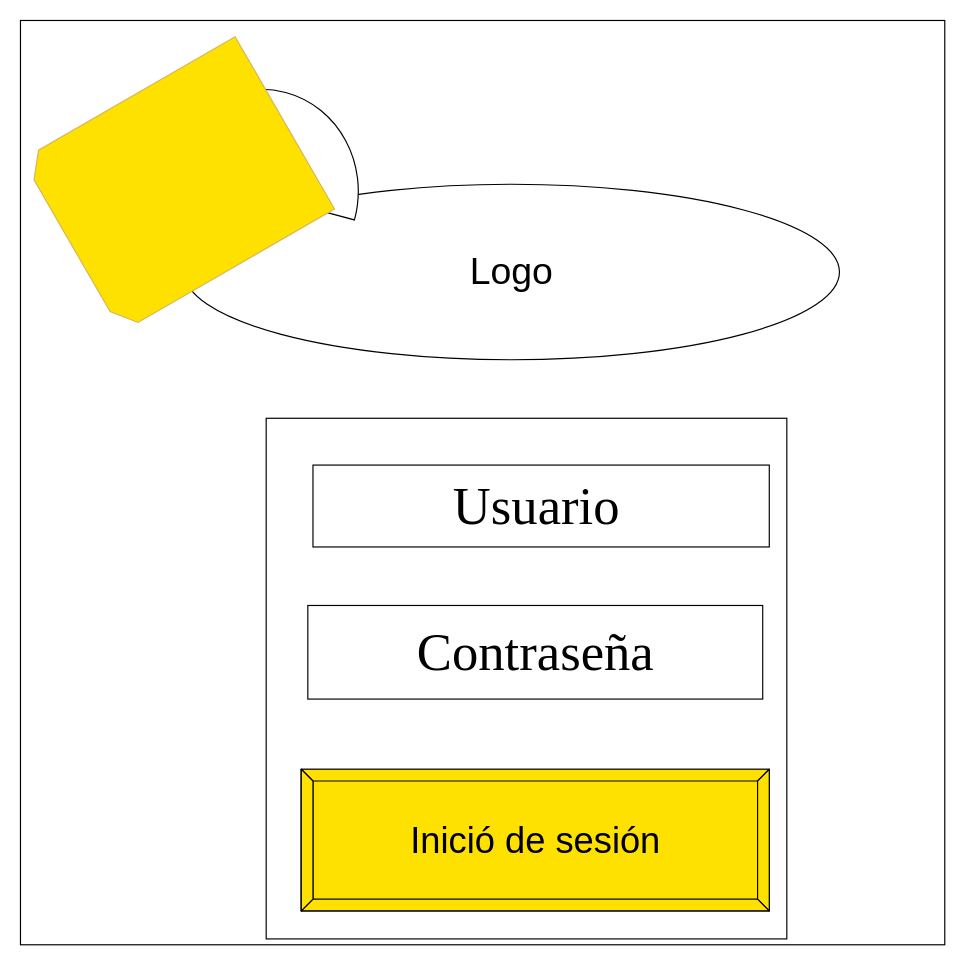
Evaristodantur/BierClub keeps this draw.io diagram as page "Page-12" (12 of 12) of Bocetos/Bocetos-de-login/Untitled Diagram.drawio. Above is the earlier version. Source tidied: cells renumbered, new cells numbered last; positions are measured from the earlier drawing's top-left corner, leaving out a move shared by most shapes. Both pictures are drawn from the tidied source at 117%, with x=0, y=0 at pixel (20, 20).
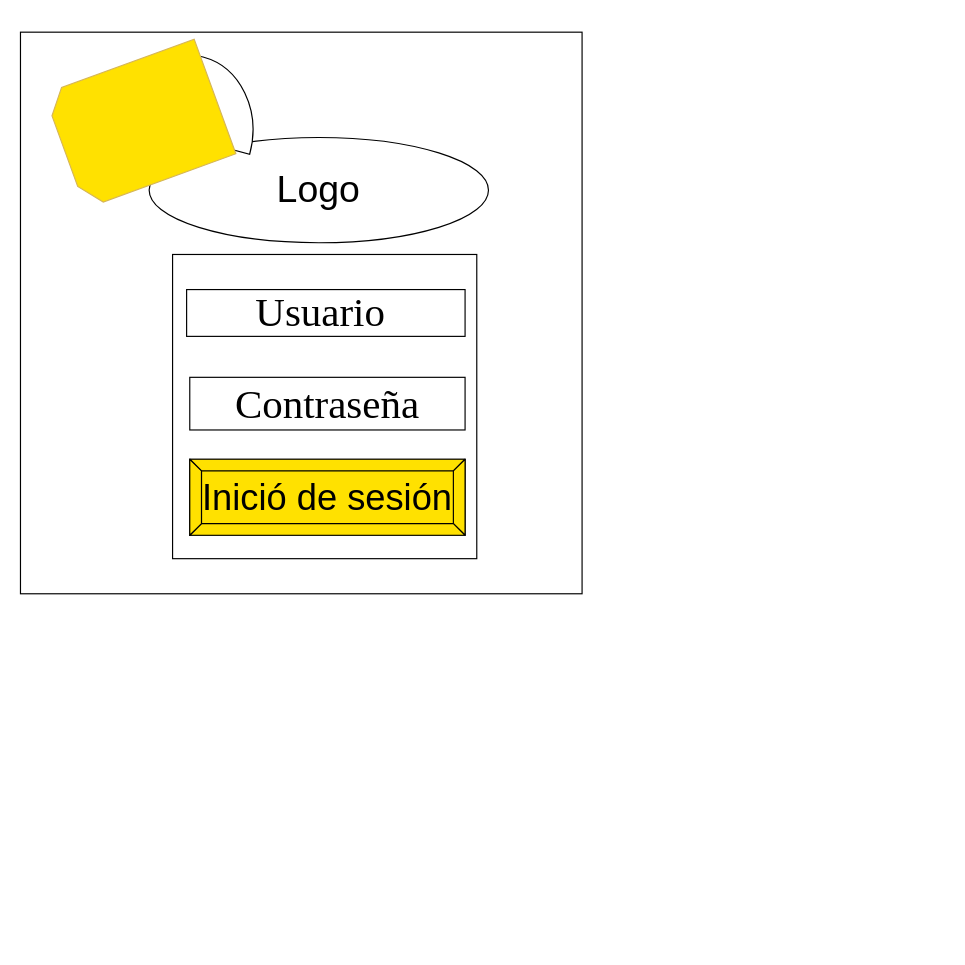
After the change.

Change to the diagram source:
```diff
@@
 <mxGraphModel>
   <root>
     <mxCell id="0" />
     <mxCell id="1" parent="0" />
     <mxCell id="2" style="whiteSpace=wrap;html=1;" parent="1" vertex="1">
-      <mxGeometry width="790" height="790" as="geometry" />
+      <mxGeometry y="10" width="480" height="480" as="geometry" />
     </mxCell>
     <mxCell id="3" value="&lt;font style=&quot;font-size: 32px&quot;&gt;Logo&lt;/font&gt;" style="ellipse;whiteSpace=wrap;html=1;fontSize=15;" parent="1" vertex="1">
-      <mxGeometry x="140" y="140" width="560" height="150" as="geometry" />
+      <mxGeometry x="110" y="100" width="290" height="90" as="geometry" />
     </mxCell>
     <mxCell id="4" style="whiteSpace=wrap;html=1;fontSize=31;" parent="1" vertex="1">
-      <mxGeometry x="210" y="340" width="445" height="445" as="geometry" />
+      <mxGeometry x="130" y="200" width="260" height="260" as="geometry" />
     </mxCell>
-    <mxCell id="5" value="&lt;font style=&quot;font-size: 45px&quot; face=&quot;Times New Roman&quot;&gt;Contraseña&lt;/font&gt;" style="rounded=0;whiteSpace=wrap;html=1;" parent="1" vertex="1">
-      <mxGeometry x="245.6" y="500" width="388.8" height="80" as="geometry" />
+    <mxCell id="5" value="&lt;font face=&quot;Times New Roman&quot; style=&quot;font-size: 35px&quot;&gt;Contraseña&lt;/font&gt;" style="rounded=0;whiteSpace=wrap;html=1;" parent="1" vertex="1">
+      <mxGeometry x="144.7" y="305" width="235.3" height="45" as="geometry" />
     </mxCell>
-    <mxCell id="6" value="&lt;font face=&quot;Times New Roman&quot;&gt;&lt;font style=&quot;font-size: 45px&quot;&gt;Usuario&lt;/font&gt;&lt;font style=&quot;font-size: 30px&quot;&gt;&amp;nbsp;&lt;/font&gt;&lt;/font&gt;" style="rounded=0;whiteSpace=wrap;html=1;fontSize=15;" parent="1" vertex="1">
-      <mxGeometry x="250" y="380" width="390" height="70" as="geometry" />
+    <mxCell id="6" value="&lt;font face=&quot;Times New Roman&quot; style=&quot;font-size: 35px&quot;&gt;&lt;font style=&quot;font-size: 35px&quot;&gt;Usuario&lt;/font&gt;&lt;font style=&quot;font-size: 35px&quot;&gt;&amp;nbsp;&lt;/font&gt;&lt;/font&gt;" style="rounded=0;whiteSpace=wrap;html=1;fontSize=15;" parent="1" vertex="1">
+      <mxGeometry x="142" y="230" width="238" height="40" as="geometry" />
     </mxCell>
     <mxCell id="7" value="Inició de sesión" style="labelPosition=center;verticalLabelPosition=middle;align=center;html=1;shape=mxgraph.basic.button;dx=10;fillColor=#FFE100;gradientColor=none;fontSize=31;" parent="1" vertex="1">
-      <mxGeometry x="240" y="640" width="400" height="121" as="geometry" />
+      <mxGeometry x="144.7" y="375" width="235.3" height="65" as="geometry" />
     </mxCell>
     <mxCell id="8" style="verticalLabelPosition=bottom;verticalAlign=top;html=1;shape=mxgraph.basic.half_circle;fontSize=31;rotation=-165;" parent="1" vertex="1">
-      <mxGeometry x="130" y="60" width="170" height="90" as="geometry" />
+      <mxGeometry x="87" y="30" width="120" height="70" as="geometry" />
     </mxCell>
-    <mxCell id="9" style="shape=loopLimit;whiteSpace=wrap;html=1;fontSize=31;rotation=-120;strokeColor=#d6b656;fillColor=#FFE100;" parent="1" vertex="1">
-      <mxGeometry x="50" y="35" width="170" height="210" as="geometry" />
+    <mxCell id="9" style="shape=loopLimit;whiteSpace=wrap;html=1;fontSize=31;rotation=-110;strokeColor=#d6b656;fillColor=#FFE100;" parent="1" vertex="1">
+      <mxGeometry x="50" y="20" width="104.2" height="136.6" as="geometry" />
     </mxCell>
   </root>
 </mxGraphModel>
```
